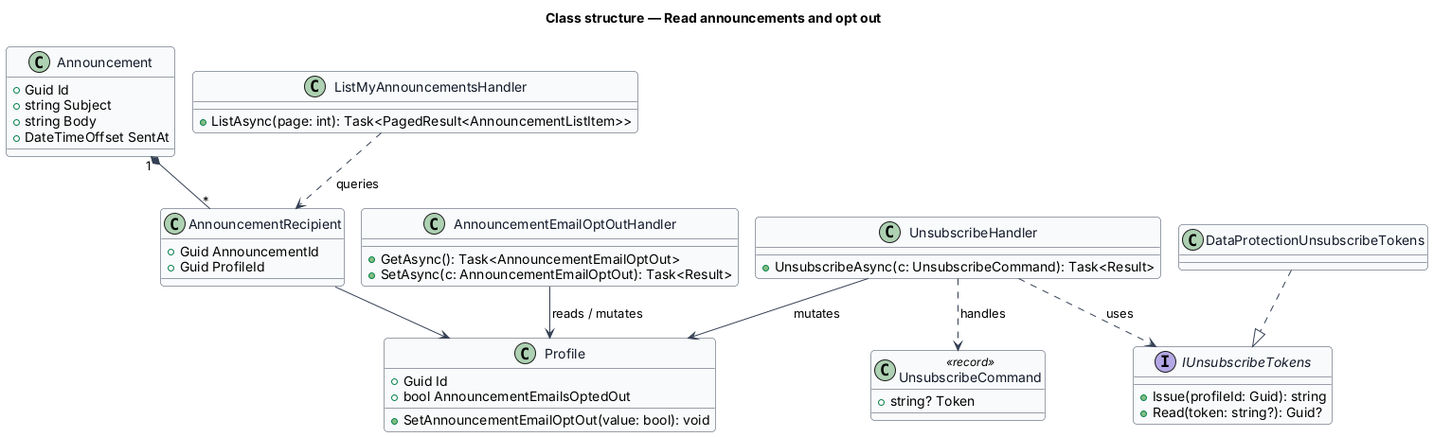
This is docs/detailed-designs/announcements/read-announcements-and-opt-out/diagrams/class-structure.png from QuinntyneBrown/faithtech-community, a PlantUML export, as it was before one commit.
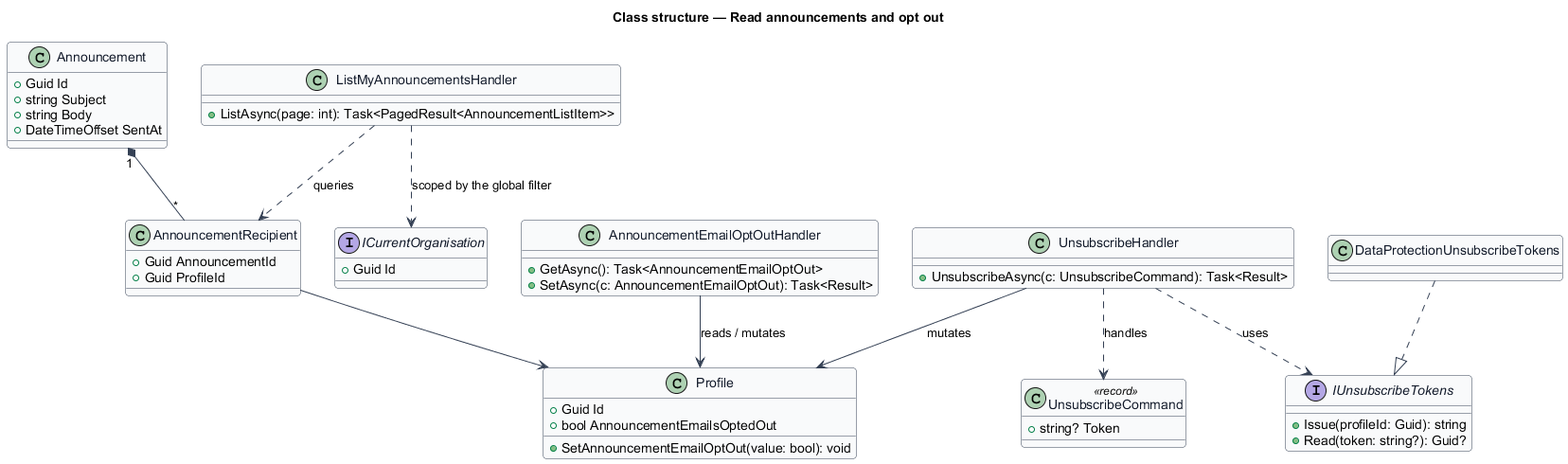
The same file after the commit.

The edit, as a diff of the source:
```diff
@@ -1,5 +1,4 @@
 @startuml
-!pragma layout smetana
 skinparam backgroundColor #FFFFFF
 skinparam shadowing false
 skinparam roundcorner 8
@@ -26,6 +25,9 @@
   +Guid AnnouncementId
   +Guid ProfileId
 }
+interface ICurrentOrganisation {
+  +Guid Id
+}
 class ListMyAnnouncementsHandler {
   +ListAsync(page: int): Task<PagedResult<AnnouncementListItem>>
 }
@@ -47,6 +49,7 @@
 Announcement "1" *-- "*" AnnouncementRecipient
 AnnouncementRecipient --> Profile
 ListMyAnnouncementsHandler ..> AnnouncementRecipient : queries
+ListMyAnnouncementsHandler ..> ICurrentOrganisation : scoped by the global filter
 AnnouncementEmailOptOutHandler --> Profile : reads / mutates
 UnsubscribeHandler ..> UnsubscribeCommand : handles
 UnsubscribeHandler --> Profile : mutates
```
